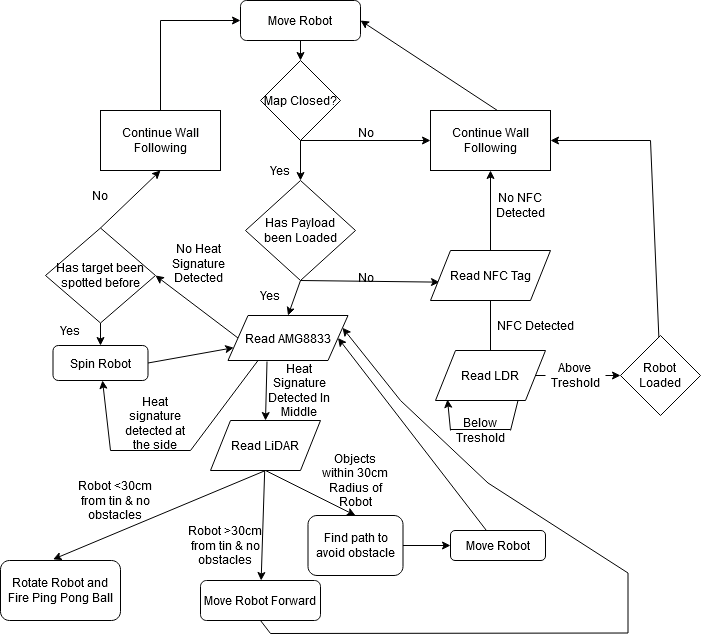
eg2310g8/r2auto_nav keeps this draw.io diagram as Documentations/software_block_diagram.png. Above is the earlier version. Source tidied: cells renumbered, new cells last; positions are measured from the earlier drawing's top-left corner, leaving out a move shared by most shapes. Its diagram source:
```xml
<mxGraphModel>
  <root>
    <mxCell id="0" />
    <mxCell id="1" parent="0" />
    <mxCell id="2" value="Move Robot" style="rounded=1;whiteSpace=wrap;html=1;" parent="1" vertex="1">
      <mxGeometry x="240" width="120" height="40" as="geometry" />
    </mxCell>
    <mxCell id="3" value="Map Closed?" style="rhombus;whiteSpace=wrap;html=1;" parent="1" vertex="1">
      <mxGeometry x="260" y="60" width="80" height="80" as="geometry" />
    </mxCell>
    <mxCell id="4" style="endArrow=classic;html=1;rounded=0;exitX=0.5;exitY=1;exitDx=0;exitDy=0;entryX=0.5;entryY=0;entryDx=0;entryDy=0;" parent="1" edge="1" source="3" target="11">
      <mxGeometry relative="1" as="geometry" />
    </mxCell>
    <mxCell id="5" style="endArrow=classic;html=1;rounded=0;exitX=0.5;exitY=1;exitDx=0;exitDy=0;entryX=0;entryY=0.5;entryDx=0;entryDy=0;" parent="1" edge="1" source="3" target="7">
      <mxGeometry relative="1" as="geometry" />
    </mxCell>
    <mxCell id="6" value="&lt;div&gt;No&lt;/div&gt;&lt;div&gt;&lt;br&gt;&lt;/div&gt;" style="text;html=1;align=center;verticalAlign=middle;strokeColor=none;fillColor=none;" parent="1" vertex="1">
      <mxGeometry x="350" y="125" width="30" height="30" as="geometry" />
    </mxCell>
    <mxCell id="7" value="Continue Wall Following" style="rounded=0;whiteSpace=wrap;html=1;" parent="1" vertex="1">
      <mxGeometry x="430" y="110" width="120" height="60" as="geometry" />
    </mxCell>
    <mxCell id="8" style="endArrow=classic;html=1;rounded=0;entryX=1;entryY=0.5;entryDx=0;entryDy=0;exitX=0.558;exitY=0;exitDx=0;exitDy=0;exitPerimeter=0;" parent="1" edge="1" source="7" target="2">
      <mxGeometry relative="1" as="geometry" />
    </mxCell>
    <mxCell id="9" style="endArrow=classic;html=1;rounded=0;exitX=0.5;exitY=1;exitDx=0;exitDy=0;entryX=0.5;entryY=0;entryDx=0;entryDy=0;" parent="1" edge="1" source="2" target="3">
      <mxGeometry relative="1" as="geometry" />
    </mxCell>
    <mxCell id="10" value="Yes" style="text;html=1;strokeColor=none;fillColor=none;align=center;verticalAlign=middle;whiteSpace=wrap;rounded=0;" parent="1" vertex="1">
      <mxGeometry x="250" y="155" width="60" height="30" as="geometry" />
    </mxCell>
    <mxCell id="11" value="Has Payload &lt;br&gt;been Loaded" style="rhombus;whiteSpace=wrap;html=1;" parent="1" vertex="1">
      <mxGeometry x="245" y="180" width="110" height="100" as="geometry" />
    </mxCell>
    <mxCell id="12" style="endArrow=classic;html=1;rounded=0;exitX=0.5;exitY=1;exitDx=0;exitDy=0;entryX=0.5;entryY=0;entryDx=0;entryDy=0;" parent="1" edge="1" source="11" target="24">
      <mxGeometry relative="1" as="geometry" />
    </mxCell>
    <mxCell id="13" style="endArrow=classic;html=1;rounded=0;exitX=0.5;exitY=1;exitDx=0;exitDy=0;entryX=0.075;entryY=0.633;entryDx=0;entryDy=0;entryPerimeter=0;" parent="1" edge="1" source="11" target="17">
      <mxGeometry relative="1" as="geometry" />
    </mxCell>
    <mxCell id="14" value="Yes" style="text;html=1;strokeColor=none;fillColor=none;align=center;verticalAlign=middle;whiteSpace=wrap;rounded=0;" parent="1" vertex="1">
      <mxGeometry x="240" y="280" width="60" height="30" as="geometry" />
    </mxCell>
    <mxCell id="15" value="&lt;div&gt;No&lt;/div&gt;&lt;div&gt;&lt;br&gt;&lt;/div&gt;" style="text;html=1;align=center;verticalAlign=middle;strokeColor=none;fillColor=none;" parent="1" vertex="1">
      <mxGeometry x="350" y="270" width="30" height="30" as="geometry" />
    </mxCell>
    <mxCell id="16" style="edgeStyle=orthogonalEdgeStyle;rounded=0;jettySize=auto;html=1;exitX=0.5;exitY=0;exitDx=0;exitDy=0;entryX=0.5;entryY=1;entryDx=0;entryDy=0;" parent="1" edge="1" source="17" target="7">
      <mxGeometry relative="1" as="geometry" />
    </mxCell>
    <mxCell id="17" value="Read NFC Tag" style="shape=parallelogram;perimeter=parallelogramPerimeter;whiteSpace=wrap;html=1;fixedSize=1;" parent="1" vertex="1">
      <mxGeometry x="430" y="250" width="120" height="50" as="geometry" />
    </mxCell>
    <mxCell id="18" value="NFC Detected" style="text;html=1;align=center;verticalAlign=middle;strokeColor=none;fillColor=none;" parent="1" vertex="1">
      <mxGeometry x="490" y="315" width="90" height="20" as="geometry" />
    </mxCell>
    <mxCell id="19" value="No NFC Detected" style="text;html=1;strokeColor=none;fillColor=none;align=center;verticalAlign=middle;whiteSpace=wrap;rounded=0;" parent="1" vertex="1">
      <mxGeometry x="490" y="190" width="60" height="30" as="geometry" />
    </mxCell>
    <mxCell id="20" style="endArrow=classic;html=1;rounded=0;exitX=1;exitY=0.5;exitDx=0;exitDy=0;entryX=0;entryY=0.5;entryDx=0;entryDy=0;startArrow=none;" parent="1" edge="1" source="31" target="21">
      <mxGeometry relative="1" as="geometry" />
    </mxCell>
    <mxCell id="21" value="Robot &lt;br&gt;Loaded" style="rhombus;whiteSpace=wrap;html=1;" parent="1" vertex="1">
      <mxGeometry x="620" y="335" width="80" height="80" as="geometry" />
    </mxCell>
    <mxCell id="22" value="Below Treshold" style="text;html=1;strokeColor=none;fillColor=none;align=center;verticalAlign=middle;whiteSpace=wrap;rounded=0;" parent="1" vertex="1">
      <mxGeometry x="450" y="415" width="60" height="30" as="geometry" />
    </mxCell>
    <mxCell id="23" style="endArrow=classic;html=1;rounded=0;entryX=1;entryY=0.5;entryDx=0;entryDy=0;" parent="1" edge="1" source="21" target="7">
      <mxGeometry relative="1" as="geometry">
        <Array as="points">
          <mxPoint x="650" y="140" />
        </Array>
      </mxGeometry>
    </mxCell>
    <mxCell id="24" value="Read AMG8833" style="shape=parallelogram;perimeter=parallelogramPerimeter;whiteSpace=wrap;html=1;fixedSize=1;" parent="1" vertex="1">
      <mxGeometry x="227.5" y="315" width="120" height="45" as="geometry" />
    </mxCell>
    <mxCell id="25" style="edgeStyle=orthogonalEdgeStyle;rounded=0;jettySize=auto;html=1;exitX=0.5;exitY=0;exitDx=0;exitDy=0;entryX=0;entryY=0.5;entryDx=0;entryDy=0;" parent="1" edge="1" source="26" target="2">
      <mxGeometry relative="1" as="geometry" />
    </mxCell>
    <mxCell id="26" value="Continue Wall Following" style="rounded=0;whiteSpace=wrap;html=1;" parent="1" vertex="1">
      <mxGeometry x="100" y="110" width="120" height="60" as="geometry" />
    </mxCell>
    <mxCell id="27" style="endArrow=classic;html=1;rounded=0;exitX=0.325;exitY=1.022;exitDx=0;exitDy=0;entryX=0.5;entryY=0;entryDx=0;entryDy=0;exitPerimeter=0;" parent="1" edge="1" source="24" target="38">
      <mxGeometry relative="1" as="geometry" />
    </mxCell>
    <mxCell id="28" value="Heat Signature Detected In Middle" style="text;html=1;strokeColor=none;fillColor=none;align=center;verticalAlign=middle;whiteSpace=wrap;rounded=0;" parent="1" vertex="1">
      <mxGeometry x="265" y="365" width="67.5" height="50" as="geometry" />
    </mxCell>
    <mxCell id="29" value="Read LDR" style="shape=parallelogram;perimeter=parallelogramPerimeter;whiteSpace=wrap;html=1;fixedSize=1;" parent="1" vertex="1">
      <mxGeometry x="435" y="350" width="110" height="50" as="geometry" />
    </mxCell>
    <mxCell id="30" style="endArrow=none;html=1;rounded=0;exitX=0.5;exitY=1;exitDx=0;exitDy=0;" parent="1" edge="1" source="17" target="29">
      <mxGeometry relative="1" as="geometry" />
    </mxCell>
    <mxCell id="31" value="Above&lt;br&gt;Treshold" style="text;html=1;strokeColor=none;fillColor=none;align=center;verticalAlign=middle;whiteSpace=wrap;rounded=0;" parent="1" vertex="1">
      <mxGeometry x="545" y="360" width="60" height="30" as="geometry" />
    </mxCell>
    <mxCell id="32" style="endArrow=none;html=1;rounded=0;exitX=1;exitY=0.5;exitDx=0;exitDy=0;entryX=0;entryY=0.5;entryDx=0;entryDy=0;" parent="1" edge="1" source="29" target="31">
      <mxGeometry relative="1" as="geometry" />
    </mxCell>
    <mxCell id="33" style="endArrow=classic;html=1;rounded=0;entryX=0.109;entryY=0.98;entryDx=0;entryDy=0;entryPerimeter=0;" parent="1" edge="1" target="29">
      <mxGeometry relative="1" as="geometry">
        <mxPoint x="450" y="430" as="sourcePoint" />
      </mxGeometry>
    </mxCell>
    <mxCell id="34" style="endArrow=none;html=1;rounded=0;" parent="1" edge="1">
      <mxGeometry relative="1" as="geometry">
        <mxPoint x="510" y="429" as="sourcePoint" />
        <mxPoint x="450" y="429" as="targetPoint" />
      </mxGeometry>
    </mxCell>
    <mxCell id="35" style="endArrow=none;html=1;rounded=0;exitX=0.75;exitY=1;exitDx=0;exitDy=0;" parent="1" edge="1" source="29">
      <mxGeometry relative="1" as="geometry">
        <mxPoint x="510" y="430" as="targetPoint" />
      </mxGeometry>
    </mxCell>
    <mxCell id="36" style="endArrow=classic;html=1;rounded=0;exitX=0.5;exitY=1;exitDx=0;exitDy=0;entryX=0.5;entryY=0;entryDx=0;entryDy=0;" parent="1" edge="1" source="38" target="37">
      <mxGeometry relative="1" as="geometry" />
    </mxCell>
    <mxCell id="37" value="Find path to avoid obstacle" style="rounded=1;whiteSpace=wrap;html=1;" parent="1" vertex="1">
      <mxGeometry x="307.5" y="515" width="95" height="60" as="geometry" />
    </mxCell>
    <mxCell id="38" value="Read LiDAR" style="shape=parallelogram;perimeter=parallelogramPerimeter;whiteSpace=wrap;html=1;fixedSize=1;" parent="1" vertex="1">
      <mxGeometry x="210" y="420" width="110" height="50" as="geometry" />
    </mxCell>
    <mxCell id="39" value="Objects within 30cm Radius of Robot" style="text;html=1;strokeColor=none;fillColor=none;align=center;verticalAlign=middle;whiteSpace=wrap;rounded=0;" parent="1" vertex="1">
      <mxGeometry x="320" y="445" width="70" height="70" as="geometry" />
    </mxCell>
    <mxCell id="40" style="endArrow=classic;html=1;rounded=0;exitX=1;exitY=0.5;exitDx=0;exitDy=0;entryX=0;entryY=0.5;entryDx=0;entryDy=0;" parent="1" edge="1" source="37" target="41">
      <mxGeometry relative="1" as="geometry" />
    </mxCell>
    <mxCell id="41" value="Move Robot" style="rounded=1;whiteSpace=wrap;html=1;" parent="1" vertex="1">
      <mxGeometry x="450" y="530" width="95" height="30" as="geometry" />
    </mxCell>
    <mxCell id="42" value="Has target been spotted before" style="rhombus;whiteSpace=wrap;html=1;" parent="1" vertex="1">
      <mxGeometry x="45" y="227.5" width="110" height="95" as="geometry" />
    </mxCell>
    <mxCell id="43" style="endArrow=classic;html=1;rounded=0;entryX=1;entryY=0.5;entryDx=0;entryDy=0;exitX=0;exitY=0.5;exitDx=0;exitDy=0;" parent="1" edge="1" source="24" target="42">
      <mxGeometry relative="1" as="geometry" />
    </mxCell>
    <mxCell id="44" value="No Heat Signature Detected" style="text;html=1;strokeColor=none;fillColor=none;align=center;verticalAlign=middle;whiteSpace=wrap;rounded=0;" parent="1" vertex="1">
      <mxGeometry x="167.5" y="240" width="60" height="45" as="geometry" />
    </mxCell>
    <mxCell id="45" style="endArrow=classic;html=1;rounded=0;entryX=0.5;entryY=1;entryDx=0;entryDy=0;exitX=0.5;exitY=0;exitDx=0;exitDy=0;" parent="1" edge="1" source="42" target="26">
      <mxGeometry relative="1" as="geometry" />
    </mxCell>
    <mxCell id="46" value="No" style="text;html=1;strokeColor=none;fillColor=none;align=center;verticalAlign=middle;whiteSpace=wrap;rounded=0;" parent="1" vertex="1">
      <mxGeometry x="70" y="180" width="60" height="30" as="geometry" />
    </mxCell>
    <mxCell id="47" style="endArrow=classic;html=1;rounded=0;entryX=0.5;entryY=0;entryDx=0;entryDy=0;exitX=0.5;exitY=1;exitDx=0;exitDy=0;" parent="1" edge="1" source="42" target="48">
      <mxGeometry relative="1" as="geometry" />
    </mxCell>
    <mxCell id="48" value="Spin Robot" style="rounded=1;whiteSpace=wrap;html=1;" parent="1" vertex="1">
      <mxGeometry x="52.5" y="345" width="95" height="35" as="geometry" />
    </mxCell>
    <mxCell id="49" value="Yes" style="text;html=1;strokeColor=none;fillColor=none;align=center;verticalAlign=middle;whiteSpace=wrap;rounded=0;" parent="1" vertex="1">
      <mxGeometry x="40" y="315" width="60" height="30" as="geometry" />
    </mxCell>
    <mxCell id="50" style="endArrow=classic;html=1;rounded=0;exitX=1;exitY=0.5;exitDx=0;exitDy=0;" parent="1" edge="1" source="48" target="24">
      <mxGeometry relative="1" as="geometry" />
    </mxCell>
    <mxCell id="51" value="Move Robot Forward" style="rounded=1;whiteSpace=wrap;html=1;" parent="1" vertex="1">
      <mxGeometry x="200" y="580" width="120" height="40" as="geometry" />
    </mxCell>
    <mxCell id="52" style="endArrow=classic;html=1;rounded=0;" parent="1" edge="1" source="38" target="51">
      <mxGeometry relative="1" as="geometry" />
    </mxCell>
    <mxCell id="53" value="Robot &amp;gt;30cm from tin &amp;amp; no obstacles" style="text;html=1;strokeColor=none;fillColor=none;align=center;verticalAlign=middle;whiteSpace=wrap;rounded=0;" parent="1" vertex="1">
      <mxGeometry x="185" y="530" width="80" height="30" as="geometry" />
    </mxCell>
    <mxCell id="54" style="endArrow=classic;html=1;rounded=0;entryX=1;entryY=0.5;entryDx=0;entryDy=0;" parent="1" edge="1" source="41" target="24">
      <mxGeometry relative="1" as="geometry" />
    </mxCell>
    <mxCell id="55" style="endArrow=classic;html=1;rounded=0;exitX=0.5;exitY=1;exitDx=0;exitDy=0;entryX=1;entryY=0.25;entryDx=0;entryDy=0;" parent="1" edge="1" source="51" target="24">
      <mxGeometry relative="1" as="geometry">
        <Array as="points">
          <mxPoint x="270" y="633" />
          <mxPoint x="627.5" y="632.5" />
          <mxPoint x="627.5" y="572.5" />
          <mxPoint x="487.5" y="482.5" />
          <mxPoint x="400" y="400" />
        </Array>
      </mxGeometry>
    </mxCell>
    <mxCell id="56" style="endArrow=classic;html=1;rounded=0;exitX=0.25;exitY=1;exitDx=0;exitDy=0;" parent="1" edge="1" source="24" target="48">
      <mxGeometry relative="1" as="geometry">
        <Array as="points">
          <mxPoint x="190" y="450" />
          <mxPoint x="110" y="450" />
        </Array>
      </mxGeometry>
    </mxCell>
    <mxCell id="57" value="Heat signature detected at the side" style="text;html=1;strokeColor=none;fillColor=none;align=center;verticalAlign=middle;whiteSpace=wrap;rounded=0;" parent="1" vertex="1">
      <mxGeometry x="120" y="400" width="70" height="45" as="geometry" />
    </mxCell>
    <mxCell id="58" style="endArrow=classic;html=1;rounded=0;exitX=0.5;exitY=1;exitDx=0;exitDy=0;entryX=0.438;entryY=-0.019;entryDx=0;entryDy=0;entryPerimeter=0;" parent="1" edge="1" source="38" target="60">
      <mxGeometry relative="1" as="geometry" />
    </mxCell>
    <mxCell id="59" value="Robot &amp;lt;30cm from tin &amp;amp; no obstacles" style="text;html=1;strokeColor=none;fillColor=none;align=center;verticalAlign=middle;whiteSpace=wrap;rounded=0;" parent="1" vertex="1">
      <mxGeometry x="75" y="485" width="80" height="30" as="geometry" />
    </mxCell>
    <mxCell id="60" value="Rotate Robot and Fire Ping Pong Ball" style="rounded=1;whiteSpace=wrap;html=1;" parent="1" vertex="1">
      <mxGeometry y="560" width="120" height="60" as="geometry" />
    </mxCell>
  </root>
</mxGraphModel>
```
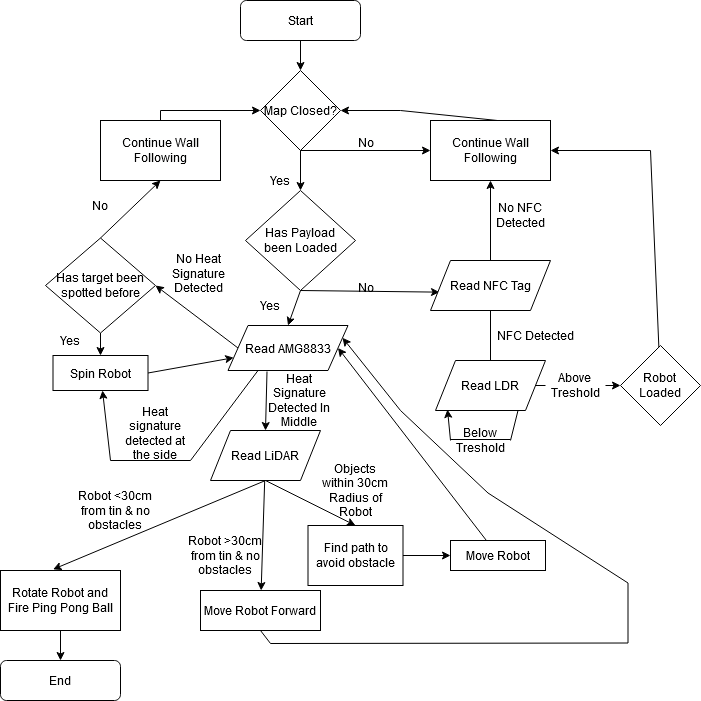
Above is the later version.

Commit message:
updated software block diagram

The edit, as a diff of the source:
```diff
@@ -2,9 +2,6 @@
   <root>
     <mxCell id="0" />
     <mxCell id="1" parent="0" />
-    <mxCell id="2" value="Move Robot" style="rounded=1;whiteSpace=wrap;html=1;" parent="1" vertex="1">
-      <mxGeometry x="240" width="120" height="40" as="geometry" />
-    </mxCell>
     <mxCell id="3" value="Map Closed?" style="rhombus;whiteSpace=wrap;html=1;" parent="1" vertex="1">
       <mxGeometry x="260" y="60" width="80" height="80" as="geometry" />
     </mxCell>
@@ -20,12 +17,13 @@
     <mxCell id="7" value="Continue Wall Following" style="rounded=0;whiteSpace=wrap;html=1;" parent="1" vertex="1">
       <mxGeometry x="430" y="110" width="120" height="60" as="geometry" />
     </mxCell>
-    <mxCell id="8" style="endArrow=classic;html=1;rounded=0;entryX=1;entryY=0.5;entryDx=0;entryDy=0;exitX=0.558;exitY=0;exitDx=0;exitDy=0;exitPerimeter=0;" parent="1" edge="1" source="7" target="2">
-      <mxGeometry relative="1" as="geometry" />
+    <mxCell id="8" style="endArrow=classic;html=1;rounded=0;entryX=1;entryY=0.5;entryDx=0;entryDy=0;exitX=0.558;exitY=0;exitDx=0;exitDy=0;exitPerimeter=0;" parent="1" edge="1" source="7" target="3">
+      <mxGeometry relative="1" as="geometry">
+        <Array as="points">
+          <mxPoint x="400" y="100" />
+        </Array>
+      </mxGeometry>
     </mxCell>
-    <mxCell id="9" style="endArrow=classic;html=1;rounded=0;exitX=0.5;exitY=1;exitDx=0;exitDy=0;entryX=0.5;entryY=0;entryDx=0;entryDy=0;" parent="1" edge="1" source="2" target="3">
-      <mxGeometry relative="1" as="geometry" />
-    </mxCell>
     <mxCell id="10" value="Yes" style="text;html=1;strokeColor=none;fillColor=none;align=center;verticalAlign=middle;whiteSpace=wrap;rounded=0;" parent="1" vertex="1">
       <mxGeometry x="250" y="155" width="60" height="30" as="geometry" />
     </mxCell>
@@ -75,8 +73,12 @@
     <mxCell id="24" value="Read AMG8833" style="shape=parallelogram;perimeter=parallelogramPerimeter;whiteSpace=wrap;html=1;fixedSize=1;" parent="1" vertex="1">
       <mxGeometry x="227.5" y="315" width="120" height="45" as="geometry" />
     </mxCell>
-    <mxCell id="25" style="edgeStyle=orthogonalEdgeStyle;rounded=0;jettySize=auto;html=1;exitX=0.5;exitY=0;exitDx=0;exitDy=0;entryX=0;entryY=0.5;entryDx=0;entryDy=0;" parent="1" edge="1" source="26" target="2">
-      <mxGeometry relative="1" as="geometry" />
+    <mxCell id="25" style="edgeStyle=orthogonalEdgeStyle;rounded=0;jettySize=auto;html=1;exitX=0.5;exitY=0;exitDx=0;exitDy=0;" parent="1" edge="1" source="26" target="3">
+      <mxGeometry relative="1" as="geometry">
+        <Array as="points">
+          <mxPoint x="160" y="100" />
+        </Array>
+      </mxGeometry>
     </mxCell>
     <mxCell id="26" value="Continue Wall Following" style="rounded=0;whiteSpace=wrap;html=1;" parent="1" vertex="1">
       <mxGeometry x="100" y="110" width="120" height="60" as="geometry" />
@@ -118,7 +120,7 @@
     <mxCell id="36" style="endArrow=classic;html=1;rounded=0;exitX=0.5;exitY=1;exitDx=0;exitDy=0;entryX=0.5;entryY=0;entryDx=0;entryDy=0;" parent="1" edge="1" source="38" target="37">
       <mxGeometry relative="1" as="geometry" />
     </mxCell>
-    <mxCell id="37" value="Find path to avoid obstacle" style="rounded=1;whiteSpace=wrap;html=1;" parent="1" vertex="1">
+    <mxCell id="37" value="Find path to avoid obstacle" style="rounded=0;whiteSpace=wrap;html=1;" parent="1" vertex="1">
       <mxGeometry x="307.5" y="515" width="95" height="60" as="geometry" />
     </mxCell>
     <mxCell id="38" value="Read LiDAR" style="shape=parallelogram;perimeter=parallelogramPerimeter;whiteSpace=wrap;html=1;fixedSize=1;" parent="1" vertex="1">
@@ -130,7 +132,7 @@
     <mxCell id="40" style="endArrow=classic;html=1;rounded=0;exitX=1;exitY=0.5;exitDx=0;exitDy=0;entryX=0;entryY=0.5;entryDx=0;entryDy=0;" parent="1" edge="1" source="37" target="41">
       <mxGeometry relative="1" as="geometry" />
     </mxCell>
-    <mxCell id="41" value="Move Robot" style="rounded=1;whiteSpace=wrap;html=1;" parent="1" vertex="1">
+    <mxCell id="41" value="Move Robot" style="rounded=0;whiteSpace=wrap;html=1;" parent="1" vertex="1">
       <mxGeometry x="450" y="530" width="95" height="30" as="geometry" />
     </mxCell>
     <mxCell id="42" value="Has target been spotted before" style="rhombus;whiteSpace=wrap;html=1;" parent="1" vertex="1">
@@ -151,7 +153,7 @@
     <mxCell id="47" style="endArrow=classic;html=1;rounded=0;entryX=0.5;entryY=0;entryDx=0;entryDy=0;exitX=0.5;exitY=1;exitDx=0;exitDy=0;" parent="1" edge="1" source="42" target="48">
       <mxGeometry relative="1" as="geometry" />
     </mxCell>
-    <mxCell id="48" value="Spin Robot" style="rounded=1;whiteSpace=wrap;html=1;" parent="1" vertex="1">
+    <mxCell id="48" value="Spin Robot" style="rounded=0;whiteSpace=wrap;html=1;" parent="1" vertex="1">
       <mxGeometry x="52.5" y="345" width="95" height="35" as="geometry" />
     </mxCell>
     <mxCell id="49" value="Yes" style="text;html=1;strokeColor=none;fillColor=none;align=center;verticalAlign=middle;whiteSpace=wrap;rounded=0;" parent="1" vertex="1">
@@ -160,7 +162,7 @@
     <mxCell id="50" style="endArrow=classic;html=1;rounded=0;exitX=1;exitY=0.5;exitDx=0;exitDy=0;" parent="1" edge="1" source="48" target="24">
       <mxGeometry relative="1" as="geometry" />
     </mxCell>
-    <mxCell id="51" value="Move Robot Forward" style="rounded=1;whiteSpace=wrap;html=1;" parent="1" vertex="1">
+    <mxCell id="51" value="Move Robot Forward" style="rounded=0;whiteSpace=wrap;html=1;" parent="1" vertex="1">
       <mxGeometry x="200" y="580" width="120" height="40" as="geometry" />
     </mxCell>
     <mxCell id="52" style="endArrow=classic;html=1;rounded=0;" parent="1" edge="1" source="38" target="51">
@@ -200,8 +202,20 @@
     <mxCell id="59" value="Robot &amp;lt;30cm from tin &amp;amp; no obstacles" style="text;html=1;strokeColor=none;fillColor=none;align=center;verticalAlign=middle;whiteSpace=wrap;rounded=0;" parent="1" vertex="1">
       <mxGeometry x="75" y="485" width="80" height="30" as="geometry" />
     </mxCell>
+    <mxCell id="61" style="edgeStyle=orthogonalEdgeStyle;rounded=0;jettySize=auto;html=1;" parent="1" edge="1" source="60" target="64">
+      <mxGeometry relative="1" as="geometry" />
+    </mxCell>
-    <mxCell id="60" value="Rotate Robot and Fire Ping Pong Ball" style="rounded=1;whiteSpace=wrap;html=1;" parent="1" vertex="1">
+    <mxCell id="60" value="Rotate Robot and Fire Ping Pong Ball" style="rounded=0;whiteSpace=wrap;html=1;" parent="1" vertex="1">
       <mxGeometry y="560" width="120" height="60" as="geometry" />
     </mxCell>
+    <mxCell id="62" style="edgeStyle=orthogonalEdgeStyle;rounded=0;jettySize=auto;html=1;entryX=0.5;entryY=0;entryDx=0;entryDy=0;" parent="1" edge="1" source="63" target="3">
+      <mxGeometry relative="1" as="geometry" />
+    </mxCell>
+    <mxCell id="63" value="Start" style="rounded=1;whiteSpace=wrap;html=1;" parent="1" vertex="1">
+      <mxGeometry x="240" y="-10" width="120" height="40" as="geometry" />
+    </mxCell>
+    <mxCell id="64" value="End" style="rounded=1;whiteSpace=wrap;html=1;" parent="1" vertex="1">
+      <mxGeometry y="650" width="120" height="40" as="geometry" />
+    </mxCell>
   </root>
 </mxGraphModel>
```
